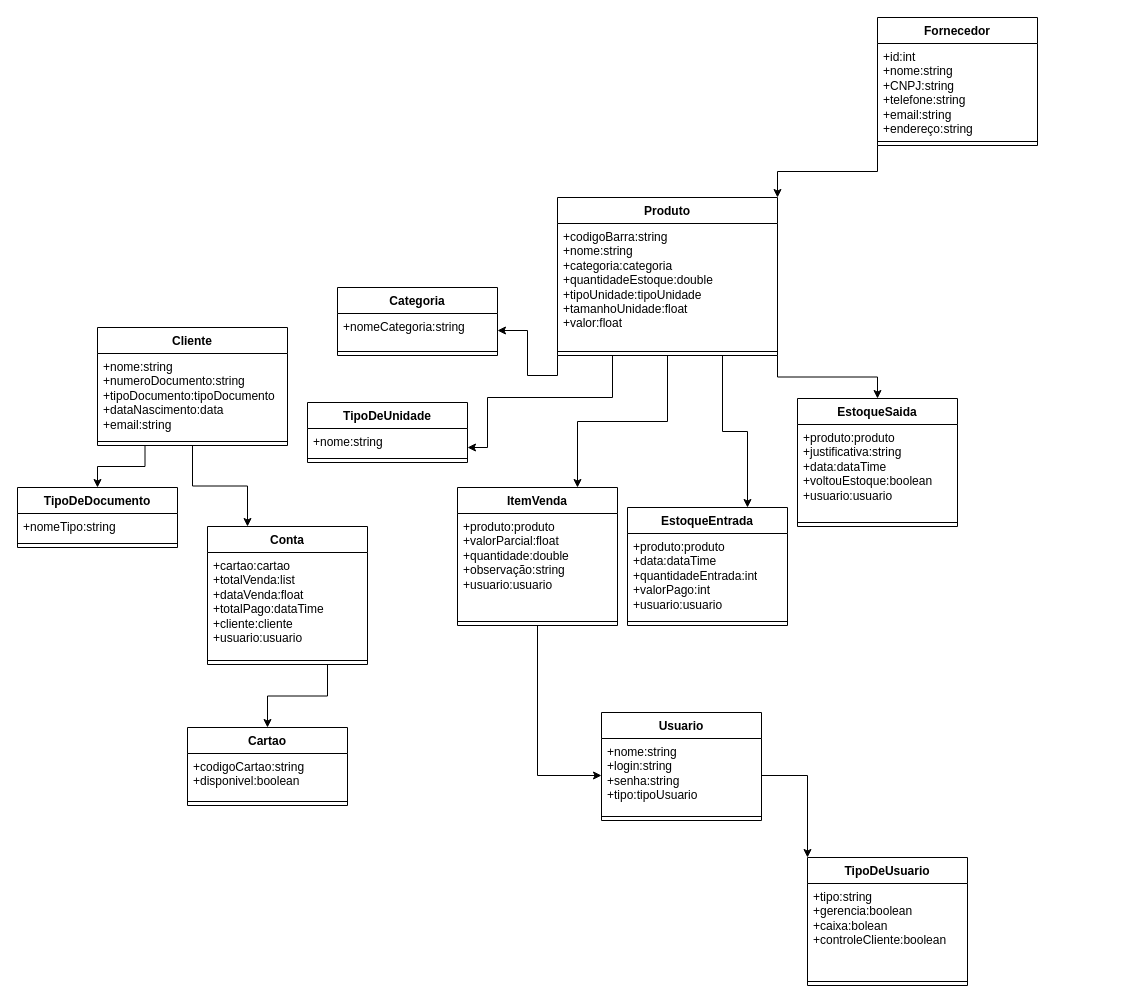
Before: estoque.drawio in Brandaoc/estoque, a draw.io diagram. Source tidied: cells renumbered, new cells numbered last; positions are measured from the earlier drawing's top-left corner, leaving out a move shared by most shapes. Both pictures are drawn from the tidied source at 100%, with x=0, y=0 at pixel (17, 17).
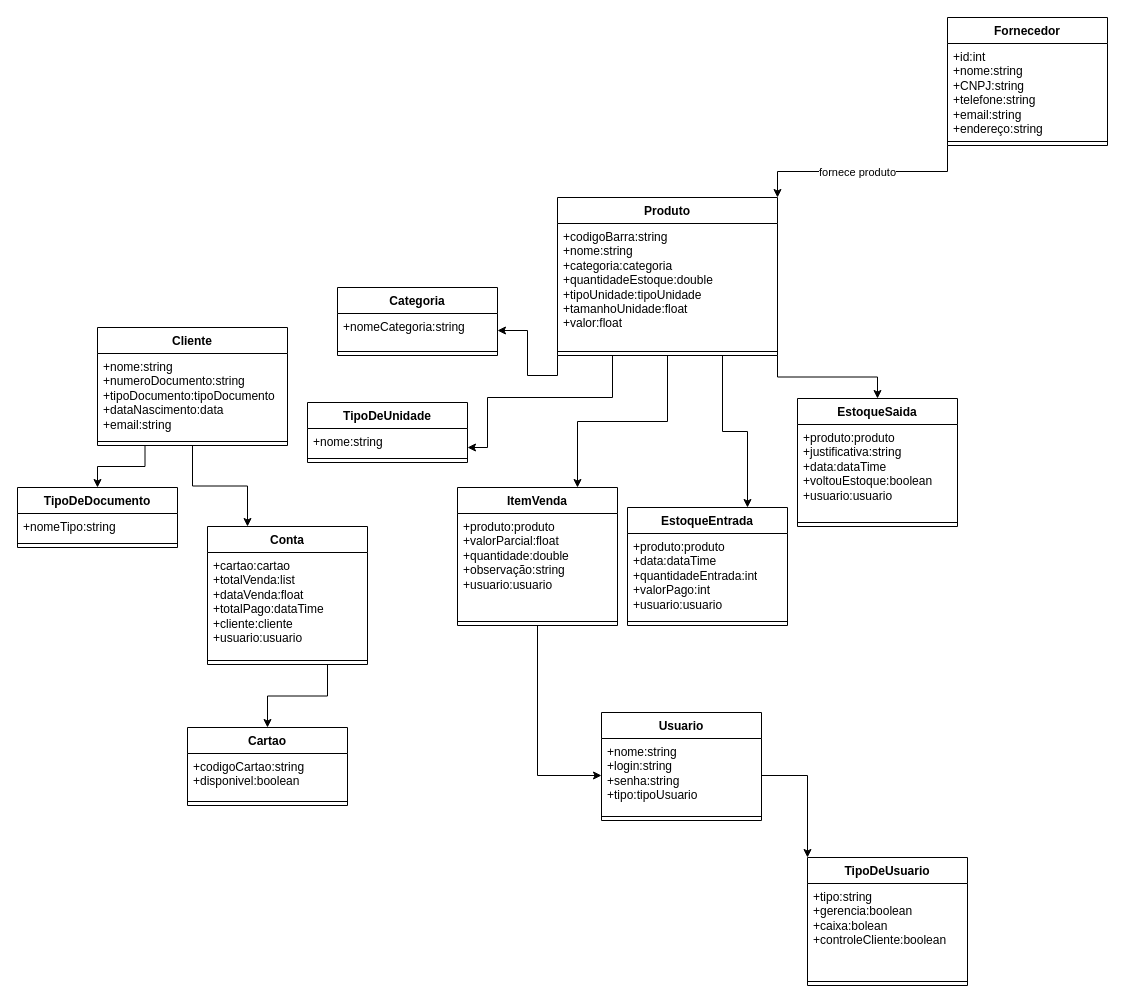
After the change.

Unchanged cells that the change refers to:
```xml
<mxCell id="48" style="edgeStyle=orthogonalEdgeStyle;rounded=0;jettySize=auto;html=1;exitX=0;exitY=1;exitDx=0;exitDy=0;entryX=1;entryY=0;entryDx=0;entryDy=0;" parent="1" edge="1" source="49" target="7">
  <mxGeometry relative="1" as="geometry" />
</mxCell>
```

Change to the diagram source:
```diff
@@
+    <mxCell id="52" value="fornece produto" style="edgeLabel;html=1;align=center;verticalAlign=middle;" parent="48" vertex="1">
+      <mxGeometry x="0.05" relative="1" as="geometry" />
+    </mxCell>
     <mxCell id="49" value="Fornecedor" style="swimlane;fontStyle=1;align=center;verticalAlign=top;horizontal=1;startSize=26;whiteSpace=wrap;html=1;" parent="1" vertex="1">
-      <mxGeometry x="860" width="160" height="128" as="geometry" />
+      <mxGeometry x="930" width="160" height="128" as="geometry" />
     </mxCell>
```
